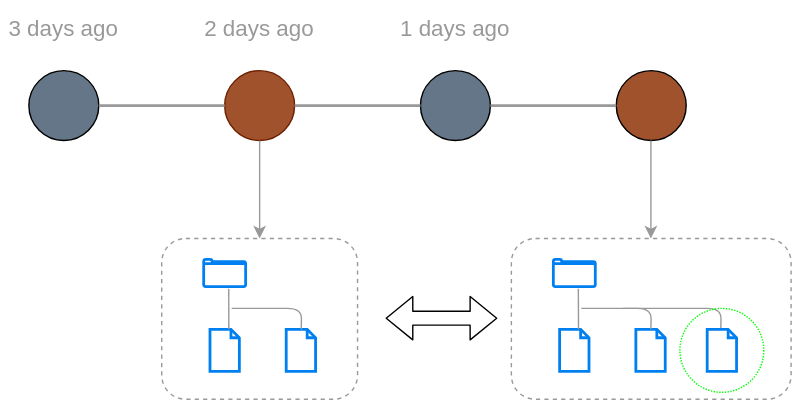
Before: slidev/drawio/git_compare.svg, a diagram exported from draw.io (kazuyanagimoto/github-workshop). Source tidied: cells renumbered, new cells last; positions are measured from the earlier drawing's top-left corner, leaving out a move shared by most shapes.
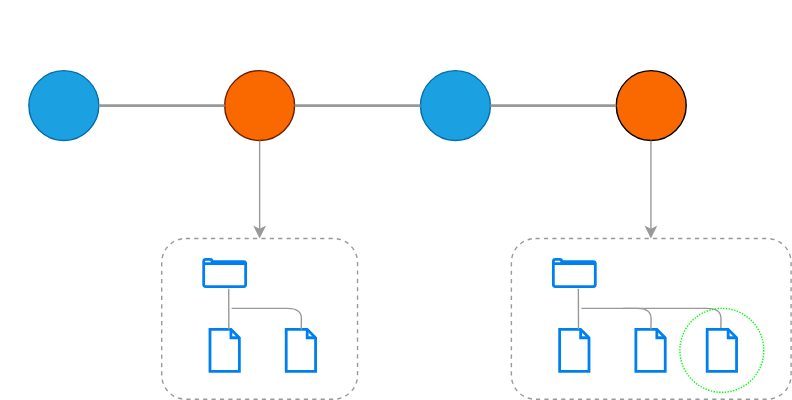
Later version of the same file.

Change to the diagram source:
```diff
@@ -2,16 +2,16 @@
   <root>
     <mxCell id="0" />
     <mxCell id="1" parent="0" />
-    <mxCell id="2" style="ellipse;whiteSpace=wrap;html=1;fillColor=#647687;fontColor=#ffffff;strokeColor=#000000;" parent="1" vertex="1">
+    <mxCell id="2" style="ellipse;whiteSpace=wrap;html=1;fillColor=#1ba1e2;fontColor=#ffffff;strokeColor=#006EAF;" parent="1" vertex="1">
       <mxGeometry x="20" y="50" width="50" height="50" as="geometry" />
     </mxCell>
-    <mxCell id="3" style="ellipse;whiteSpace=wrap;html=1;fillColor=#a0522d;fontColor=#ffffff;strokeColor=#6D1F00;" parent="1" vertex="1">
+    <mxCell id="3" style="ellipse;whiteSpace=wrap;html=1;fontColor=#ffffff;strokeColor=#6D1F00;fillColor=#FA6800;" parent="1" vertex="1">
       <mxGeometry x="160" y="50" width="50" height="50" as="geometry" />
     </mxCell>
-    <mxCell id="4" style="ellipse;whiteSpace=wrap;html=1;fillColor=#647687;fontColor=#ffffff;strokeColor=#000000;" parent="1" vertex="1">
+    <mxCell id="4" style="ellipse;whiteSpace=wrap;html=1;fillColor=#1ba1e2;fontColor=#ffffff;strokeColor=#006EAF;" parent="1" vertex="1">
       <mxGeometry x="300" y="50" width="50" height="50" as="geometry" />
     </mxCell>
-    <mxCell id="5" style="ellipse;whiteSpace=wrap;html=1;fontColor=#ffffff;strokeColor=#000000;fillColor=#A0522D;" parent="1" vertex="1">
+    <mxCell id="5" style="ellipse;whiteSpace=wrap;html=1;fontColor=#ffffff;strokeColor=#000000;fillColor=#FA6800;" parent="1" vertex="1">
       <mxGeometry x="440" y="50" width="50" height="50" as="geometry" />
     </mxCell>
     <mxCell id="6" style="endArrow=none;html=1;exitX=1;exitY=0.5;exitDx=0;exitDy=0;entryX=0;entryY=0.5;entryDx=0;entryDy=0;strokeColor=#999999;strokeWidth=2;" parent="1" edge="1" source="2" target="3">
@@ -23,13 +23,13 @@
     <mxCell id="8" style="endArrow=none;html=1;entryX=0;entryY=0.5;entryDx=0;entryDy=0;exitX=1;exitY=0.5;exitDx=0;exitDy=0;strokeColor=#999999;strokeWidth=2;" parent="1" edge="1" source="4" target="5">
       <mxGeometry relative="1" as="geometry" />
     </mxCell>
-    <mxCell id="9" value="3 days ago" style="text;html=1;strokeColor=none;fillColor=none;align=center;verticalAlign=middle;whiteSpace=wrap;rounded=0;fontSize=16;fontColor=#999999;" parent="1" vertex="1">
+    <mxCell id="9" value="3 days ago" style="text;html=1;strokeColor=none;fillColor=none;align=center;verticalAlign=middle;whiteSpace=wrap;rounded=0;fontSize=16;fontColor=#FFFFFF;" parent="1" vertex="1">
       <mxGeometry width="90" height="40" as="geometry" />
     </mxCell>
-    <mxCell id="10" value="1 days ago" style="text;html=1;strokeColor=none;fillColor=none;align=center;verticalAlign=middle;whiteSpace=wrap;rounded=0;fontSize=16;fontColor=#999999;" parent="1" vertex="1">
+    <mxCell id="10" value="1 days ago" style="text;html=1;strokeColor=none;fillColor=none;align=center;verticalAlign=middle;whiteSpace=wrap;rounded=0;fontSize=16;fontColor=#FFFFFF;" parent="1" vertex="1">
       <mxGeometry x="280" width="90" height="40" as="geometry" />
     </mxCell>
-    <mxCell id="11" value="2 days ago" style="text;html=1;strokeColor=none;fillColor=none;align=center;verticalAlign=middle;whiteSpace=wrap;rounded=0;fontSize=16;fontColor=#999999;" parent="1" vertex="1">
+    <mxCell id="11" value="2 days ago" style="text;html=1;strokeColor=none;fillColor=none;align=center;verticalAlign=middle;whiteSpace=wrap;rounded=0;fontSize=16;fontColor=#FFFFFF;" parent="1" vertex="1">
       <mxGeometry x="140" width="90" height="40" as="geometry" />
     </mxCell>
     <mxCell id="12" style="rounded=1;whiteSpace=wrap;html=1;fontSize=16;strokeColor=#999999;dashed=1;fillColor=none;" parent="1" vertex="1">
@@ -103,7 +103,7 @@
         <mxPoint x="464.8" y="170" as="targetPoint" />
       </mxGeometry>
     </mxCell>
-    <mxCell id="28" style="shape=flexArrow;endArrow=classic;startArrow=classic;html=1;" parent="1" edge="1">
+    <mxCell id="28" style="shape=flexArrow;endArrow=classic;startArrow=classic;html=1;strokeWidth=2;strokeColor=#FFFFFF;" parent="1" edge="1">
       <mxGeometry relative="1" as="geometry">
         <mxPoint x="275" y="227" as="sourcePoint" />
         <mxPoint x="355" y="227" as="targetPoint" />
```
